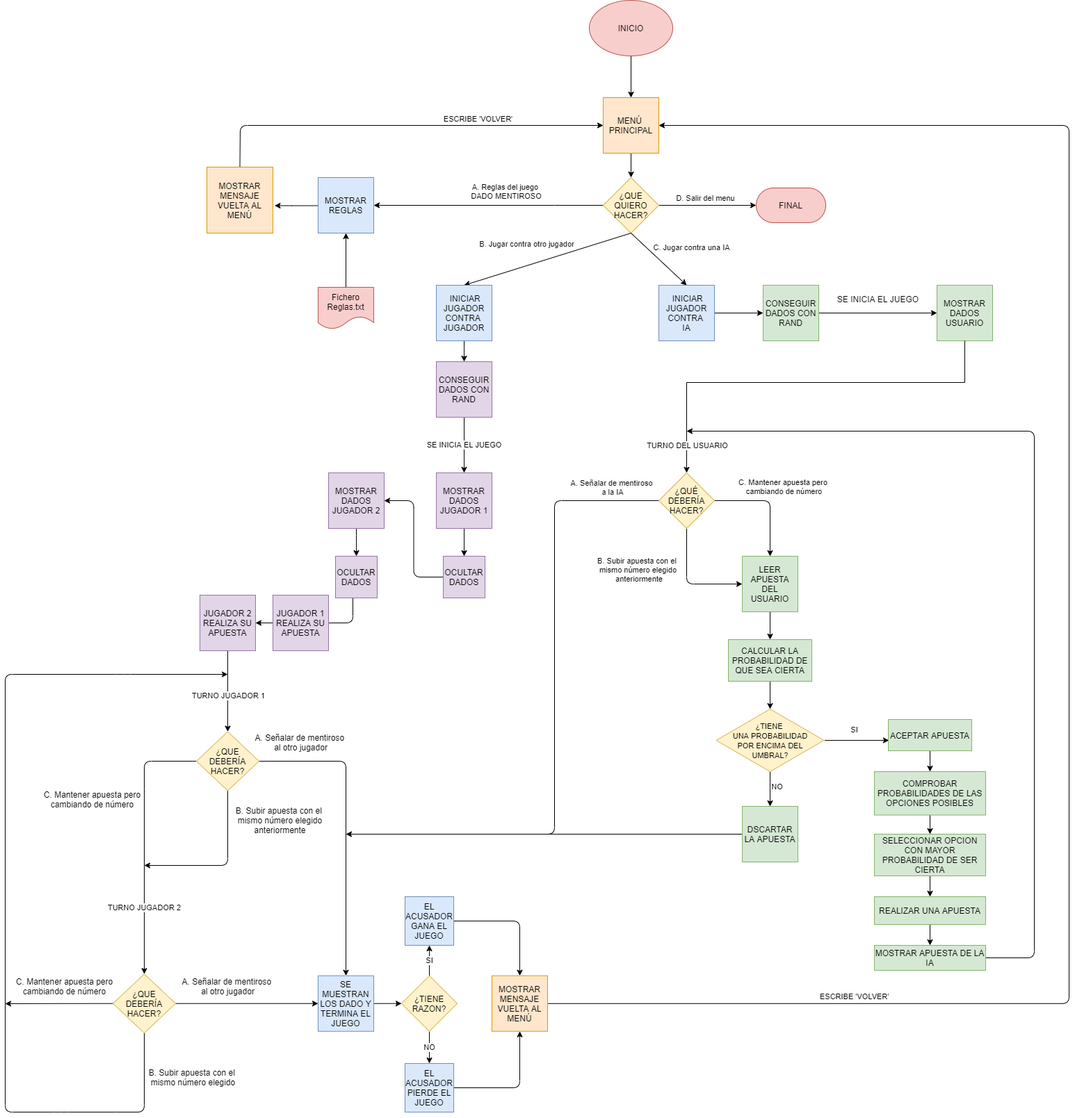
Before: 1- DIAGRAMA DE FLUJO/Diagrama de flujo.png, a diagram exported from draw.io (aigora/twIE_2021-proyecto_dado_mentiroso_2021). Source tidied: cells renumbered, new cells last; positions are measured from the earlier drawing's top-left corner, leaving out a move shared by most shapes.
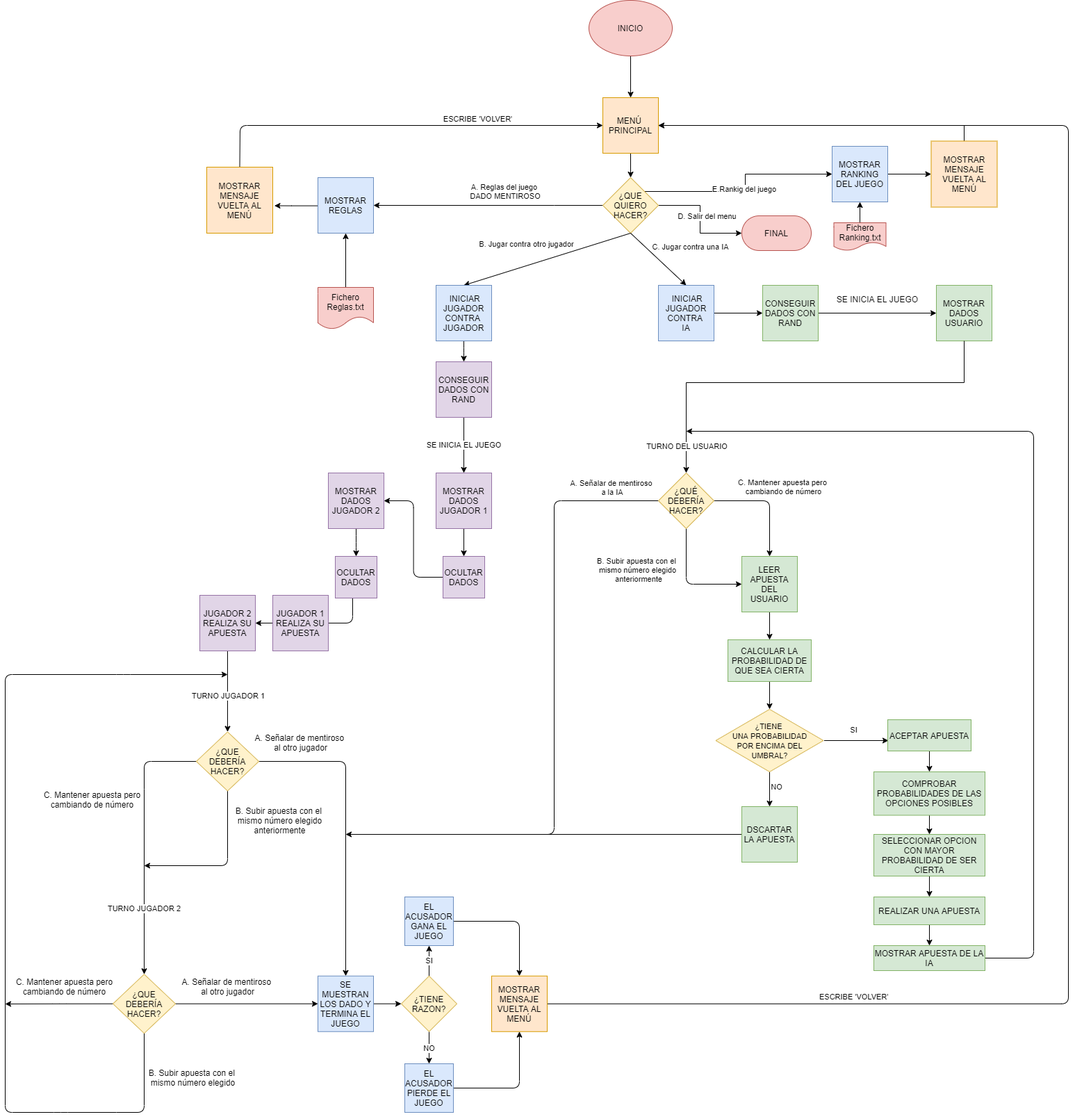
After the commit.

Commit message:
Diagrama de flujo actualizado para ranking

Change to the diagram source:
```diff
@@ -19,6 +19,9 @@
     <mxCell id="5" value="D. Salir del menu" style="edgeStyle=orthogonalEdgeStyle;rounded=0;jettySize=auto;html=1;entryX=0;entryY=0.5;entryDx=0;entryDy=0;" parent="1" edge="1" source="6" target="35">
       <mxGeometry x="-0.05" y="10" relative="1" as="geometry" />
     </mxCell>
+    <mxCell id="96" value="E.Rankig del juego&amp;nbsp;" style="edgeStyle=orthogonalEdgeStyle;rounded=0;jettySize=auto;html=1;exitX=1;exitY=0;exitDx=0;exitDy=0;entryX=0;entryY=0.5;entryDx=0;entryDy=0;" parent="1" edge="1" source="6" target="98">
+      <mxGeometry relative="1" as="geometry" />
+    </mxCell>
     <mxCell id="6" value="¿QUE QUIERO HACER?" style="rhombus;whiteSpace=wrap;html=1;fillColor=#fff2cc;strokeColor=#d6b656;" parent="1" vertex="1">
       <mxGeometry x="860" y="255" width="80" height="80" as="geometry" />
     </mxCell>
@@ -166,7 +169,7 @@
       </mxGeometry>
     </mxCell>
     <mxCell id="35" value="FINAL" style="rounded=1;whiteSpace=wrap;html=1;arcSize=50;fillColor=#f8cecc;strokeColor=#b85450;" parent="1" vertex="1">
-      <mxGeometry x="1080" y="270" width="100" height="50" as="geometry" />
+      <mxGeometry x="1060" y="310" width="100" height="50" as="geometry" />
     </mxCell>
     <mxCell id="36" style="edgeStyle=orthogonalEdgeStyle;rounded=1;sketch=0;jettySize=auto;html=1;shadow=0;startArrow=none;startFill=0;endArrow=classic;endFill=1;strokeColor=#000000;" parent="1" edge="1" source="37" target="6">
       <mxGeometry relative="1" as="geometry">
@@ -407,5 +410,23 @@
     <mxCell id="95" value="REALIZAR UNA APUESTA" style="rounded=0;whiteSpace=wrap;html=1;fillColor=#d5e8d4;strokeColor=#82b366;" parent="1" vertex="1">
       <mxGeometry x="1250" y="1290" width="160" height="40" as="geometry" />
     </mxCell>
+    <mxCell id="97" style="edgeStyle=orthogonalEdgeStyle;rounded=0;jettySize=auto;html=1;exitX=1;exitY=0.5;exitDx=0;exitDy=0;entryX=0;entryY=0.5;entryDx=0;entryDy=0;" parent="1" edge="1" source="98" target="102">
+      <mxGeometry relative="1" as="geometry" />
+    </mxCell>
+    <mxCell id="98" value="MOSTRAR RANKING DEL JUEGO" style="whiteSpace=wrap;html=1;fillColor=#dae8fc;strokeColor=#6c8ebf;" parent="1" vertex="1">
+      <mxGeometry x="1190" y="210" width="80" height="80" as="geometry" />
+    </mxCell>
+    <mxCell id="99" style="edgeStyle=orthogonalEdgeStyle;rounded=0;jettySize=auto;html=1;entryX=0.5;entryY=1;entryDx=0;entryDy=0;" parent="1" edge="1" source="100" target="98">
+      <mxGeometry relative="1" as="geometry" />
+    </mxCell>
+    <mxCell id="100" value="Fichero&lt;br&gt;Ranking.txt" style="shape=document;whiteSpace=wrap;html=1;boundedLbl=1;fillColor=#f8cecc;strokeColor=#b85450;" parent="1" vertex="1">
+      <mxGeometry x="1192.5" y="320" width="75" height="40" as="geometry" />
+    </mxCell>
+    <mxCell id="101" style="edgeStyle=orthogonalEdgeStyle;rounded=0;jettySize=auto;html=1;exitX=0.5;exitY=0;exitDx=0;exitDy=0;entryX=1;entryY=0.5;entryDx=0;entryDy=0;" parent="1" edge="1" source="102" target="37">
+      <mxGeometry relative="1" as="geometry" />
+    </mxCell>
+    <mxCell id="102" value="MOSTRAR MENSAJE VUELTA AL MENÚ" style="whiteSpace=wrap;html=1;fillColor=#ffe6cc;strokeColor=#d79b00;" parent="1" vertex="1">
+      <mxGeometry x="1332.5" y="202.5" width="95" height="95" as="geometry" />
+    </mxCell>
   </root>
 </mxGraphModel>
```
